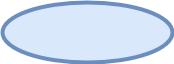
The draw.io diagram 6ASI Midterm Exam - Grp. 2 Member's Project (FlowChart); David, VJ & Layug, Vince.png in VJDavid2000/6ASI_Storage, before a commit. Source tidied: cells renumbered, new cells last; positions are measured from the earlier drawing's top-left corner, leaving out a move shared by most shapes. Its diagram source:
```xml
<mxGraphModel>
  <root>
    <mxCell id="0" />
    <mxCell id="1" parent="0" />
    <mxCell id="2" style="strokeWidth=4;html=1;shape=mxgraph.flowchart.start_1;whiteSpace=wrap;fillColor=#dae8fc;strokeColor=#6c8ebf;fontSize=16;fontFamily=Georgia;" parent="1" vertex="1">
      <mxGeometry width="170" height="60" as="geometry" />
    </mxCell>
  </root>
</mxGraphModel>
```
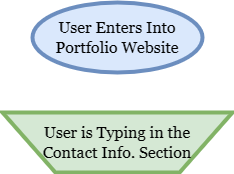
The same file after the commit.

Diff of the diagram source:
```diff
@@ -2,8 +2,11 @@
   <root>
     <mxCell id="0" />
     <mxCell id="1" parent="0" />
-    <mxCell id="2" style="strokeWidth=4;html=1;shape=mxgraph.flowchart.start_1;whiteSpace=wrap;fillColor=#dae8fc;strokeColor=#6c8ebf;fontSize=16;fontFamily=Georgia;" parent="1" vertex="1">
-      <mxGeometry width="170" height="60" as="geometry" />
+    <mxCell id="2" value="User Enters Into Portfolio Website" style="strokeWidth=4;shape=mxgraph.flowchart.start_1;fillColor=#dae8fc;strokeColor=#6c8ebf;fontSize=16;fontFamily=Georgia;whiteSpace=wrap;html=1;" parent="1" vertex="1">
+      <mxGeometry width="170" height="70" as="geometry" />
     </mxCell>
+    <mxCell id="3" value="User is Typing in the&lt;br&gt;Contact Info. Section" style="verticalLabelPosition=middle;verticalAlign=middle;html=1;shape=trapezoid;perimeter=trapezoidPerimeter;whiteSpace=wrap;size=0.23;arcSize=10;flipV=1;labelPosition=center;align=center;strokeWidth=4;fontFamily=Georgia;fontSize=16;fillColor=#d5e8d4;strokeColor=#82b366;" parent="1" vertex="1">
+      <mxGeometry x="-30" y="110" width="230" height="60" as="geometry" />
+    </mxCell>
   </root>
 </mxGraphModel>
```
